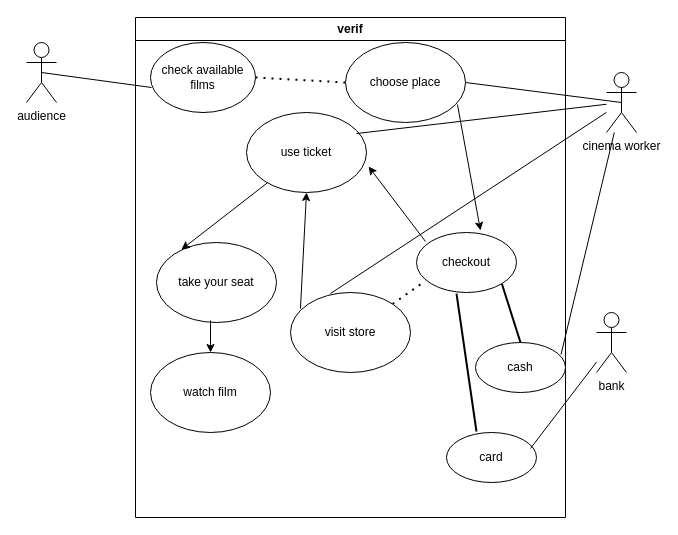
Earlier version of the draw.io diagram Діаграма без назви.drawio (DegWar5442/oop). Source tidied: cells renumbered, new cells numbered last; positions are measured from the earlier drawing's top-left corner, leaving out a move shared by most shapes. Both pictures are drawn from the tidied source at 100%, with x=0, y=0 at pixel (26, 17).
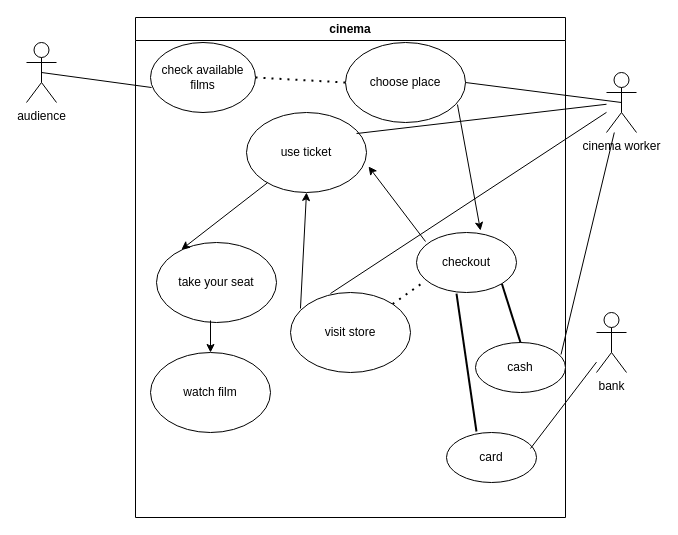
The same diagram, later.

The edit, as a diff of the source:
```diff
@@
-    <mxCell id="2" value="verif" style="swimlane;whiteSpace=wrap;html=1;" parent="1" vertex="1">
+    <mxCell id="2" value="cinema" style="swimlane;whiteSpace=wrap;html=1;" parent="1" vertex="1">
       <mxGeometry x="109" width="430" height="500" as="geometry" />
     </mxCell>
```
